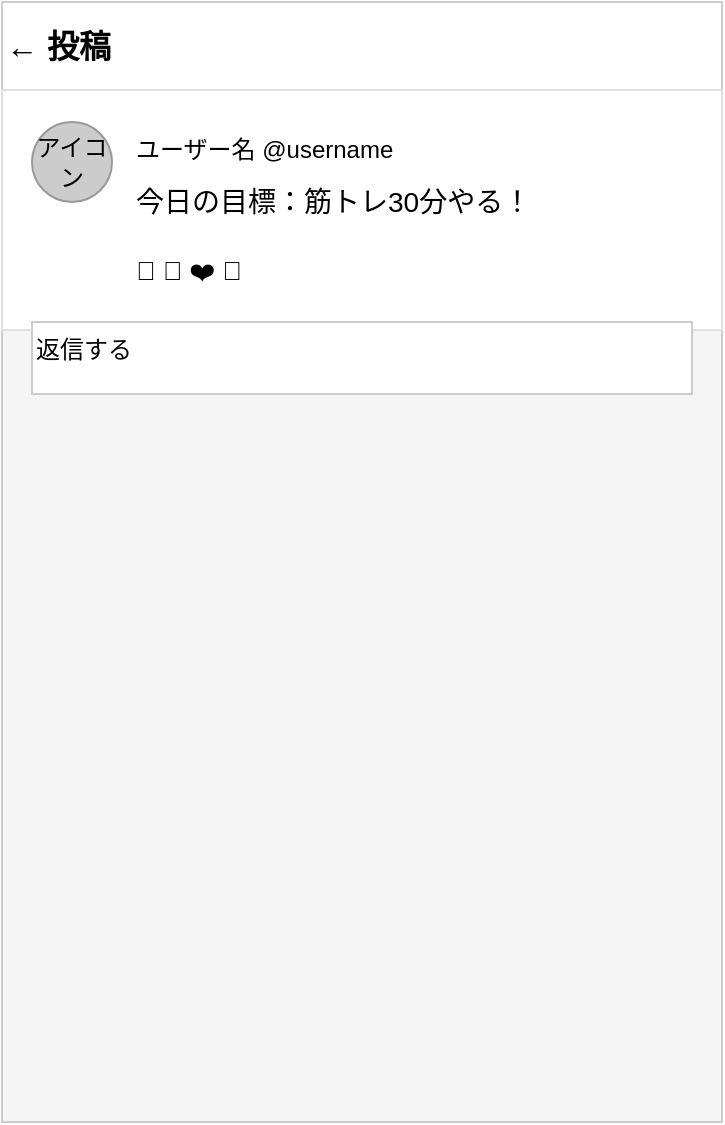
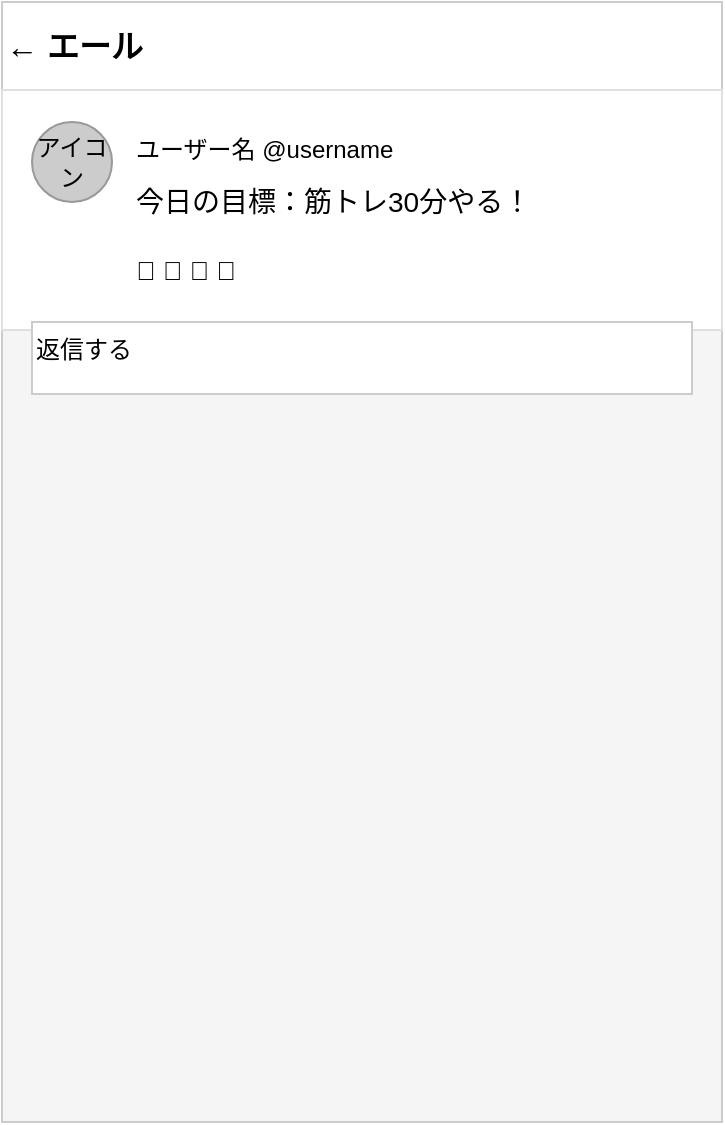
<?xml version="1.0" encoding="UTF-8"?>
<mxfile host="app.diagrams.net">
-   <diagram name="投稿詳細画面" id="post-detail">
+   <diagram name="エール詳細画面" id="post-detail">
    <mxGraphModel dx="800" dy="600" grid="1" gridSize="10">
      <root>
        <mxCell id="0" />
        <mxCell id="1" parent="0" />
        <!-- 画面枠 -->
        <mxCell id="2" value="" style="rounded=0;whiteSpace=wrap;html=1;fillColor=#f5f5f5;strokeColor=#cccccc;" vertex="1" parent="1">
          <mxGeometry x="40" y="40" width="360" height="560" as="geometry" />
        </mxCell>
        <!-- ヘッダー -->
-         <mxCell id="3" value="← 投稿" style="text;html=1;fontSize=16;fontStyle=1;align=left;verticalAlign=middle;fillColor=#ffffff;strokeColor=#cccccc;" vertex="1" parent="1">
+         <mxCell id="3" value="← エール" style="text;html=1;fontSize=16;fontStyle=1;align=left;verticalAlign=middle;fillColor=#ffffff;strokeColor=#cccccc;" vertex="1" parent="1">
          <mxGeometry x="40" y="40" width="360" height="44" as="geometry" />
        </mxCell>
-         <!-- 投稿本文 -->
+         <!-- エール本文 -->
        <mxCell id="4" value="" style="rounded=0;whiteSpace=wrap;html=1;fillColor=#ffffff;strokeColor=#e0e0e0;" vertex="1" parent="1">
          <mxGeometry x="40" y="84" width="360" height="120" as="geometry" />
        </mxCell>
        <mxCell id="5" value="アイコン" style="ellipse;whiteSpace=wrap;html=1;fillColor=#cccccc;strokeColor=#999999;" vertex="1" parent="1">
          <mxGeometry x="55" y="100" width="40" height="40" as="geometry" />
        </mxCell>
        <mxCell id="6" value="ユーザー名 @username" style="text;html=1;fontSize=12;fillColor=none;" vertex="1" parent="1">
          <mxGeometry x="105" y="100" width="200" height="16" as="geometry" />
        </mxCell>
        <mxCell id="7" value="今日の目標：筋トレ30分やる！" style="text;html=1;fontSize=14;fillColor=none;" vertex="1" parent="1">
          <mxGeometry x="105" y="125" width="240" height="30" as="geometry" />
        </mxCell>
        <!-- アクション -->
-         <mxCell id="8" value="💬  🔁  ❤️  🎉" style="text;html=1;fontSize=13;fillColor=none;" vertex="1" parent="1">
+         <mxCell id="8" value="💬  🔁  💪  🎉" style="text;html=1;fontSize=13;fillColor=none;" vertex="1" parent="1">
          <mxGeometry x="105" y="160" width="240" height="20" as="geometry" />
        </mxCell>
-         <!-- コメント入力 -->
+         <!-- 返信入力 -->
        <mxCell id="9" value="返信する" style="text;html=1;fontSize=12;fillColor=#ffffff;strokeColor=#cccccc;" vertex="1" parent="1">
          <mxGeometry x="55" y="200" width="330" height="36" as="geometry" />
        </mxCell>
      </root>
    </mxGraphModel>
  </diagram>
</mxfile>